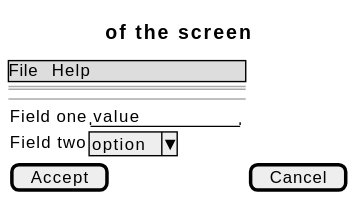
The PlantUML diagram docs/01-requirements/use-cases/shareCustomisation/wireframes.svg in didactika/kampus, before a commit. Source of this version:
```plantuml
@startsalt
{
  {* File | Help }
  ==
  Title of the screen
  --
  {
    Field one | "value        "
    Field two | ^option^
  }
  [ Accept ] | [ Cancel ]
}
@endsalt
```
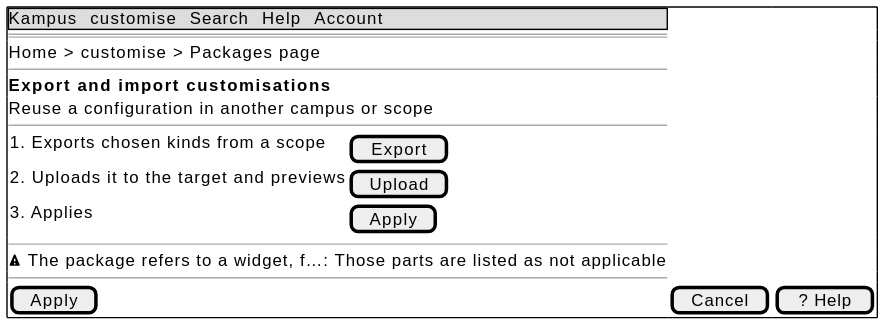
Later version of the same file.

What changed in the source:
```diff
@@ -1,13 +1,20 @@
 @startsalt
-{
-  {* File | Help }
+{+
+  {* Kampus | customise | Search | Help | Account }
   ==
-  Title of the screen
+  Home > customise > Packages page
+  --
+  <b>Export and import customisations
+  Reuse a configuration in another campus or scope
   --
   {
-    Field one | "value        "
-    Field two | ^option^
+    1. Exports chosen kinds from a scope | [ Export ]
+    2. Uploads it to the target and previews | [ Upload ]
+    3. Applies | [ Apply ]
   }
-  [ Accept ] | [ Cancel ]
+  --
+  <&warning> The package refers to a widget, f…: Those parts are listed as not applicable
+  --
+  [ Apply ] | [ Cancel ] | [ ? Help ]
 }
 @endsalt
```
